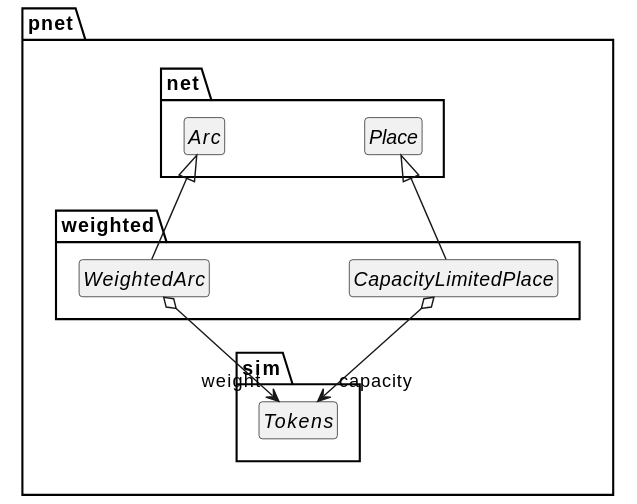
Above: doc/ptnet-model-weighted.svg in johnstonskj/rust-ptnets (PlantUML), before the change. Its diagram source:
```plantuml
@startuml
skinparam backgroundColor transparent
skinparam style strictuml
skinparam linetype polyline
skinparam nodesep 100

hide empty members

package pnet {
    package net {
        interface Arc
        interface Place
    }
    package sim {
        interface Tokens
    }
    package weighted {
        interface WeightedArc {}
        WeightedArc -up-|> Arc
        WeightedArc o--> "weight" Tokens
        interface CapacityLimitedPlace {}
        CapacityLimitedPlace -up-|> Place
        CapacityLimitedPlace o--> "capacity" Tokens
    }
}
@enduml
```
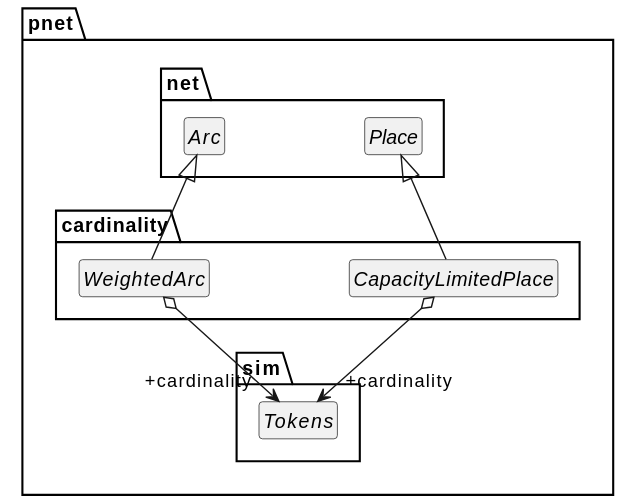
Above is the later version.

What changed in the source:
```diff
@@ -14,13 +14,14 @@
     package sim {
         interface Tokens
     }
-    package weighted {
+    package cardinality {
         interface WeightedArc {}
         WeightedArc -up-|> Arc
-        WeightedArc o--> "weight" Tokens
+        WeightedArc o--> "+cardinality" Tokens
+
         interface CapacityLimitedPlace {}
         CapacityLimitedPlace -up-|> Place
-        CapacityLimitedPlace o--> "capacity" Tokens
+        CapacityLimitedPlace o--> "+cardinality" Tokens
     }
 }
 @enduml
```
